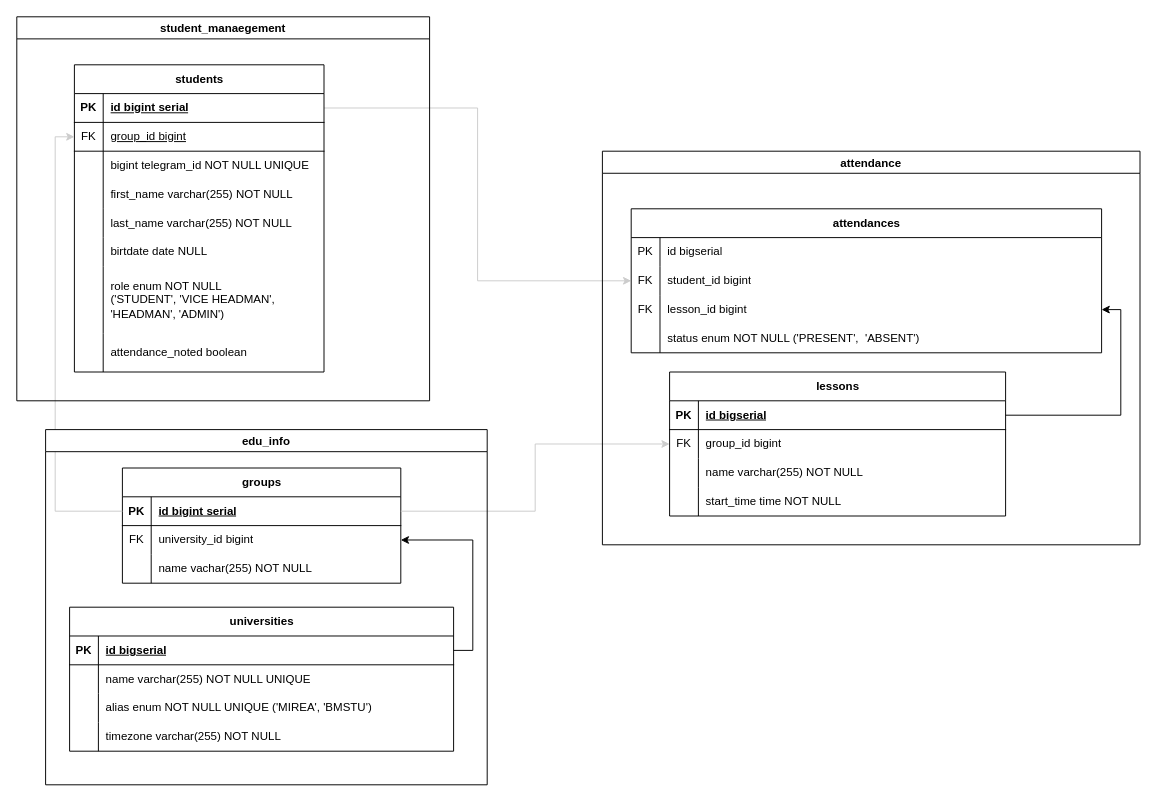
The draw.io diagram docs/schemas/postgres.drawio in qiisqwww/HeadmanBot, before the edit. Source tidied: cells renumbered, new cells numbered last; positions are measured from the earlier drawing's top-left corner, leaving out a move shared by most shapes. Both pictures are drawn from the tidied source at 96%, with x=0, y=0 at pixel (-243, 16).
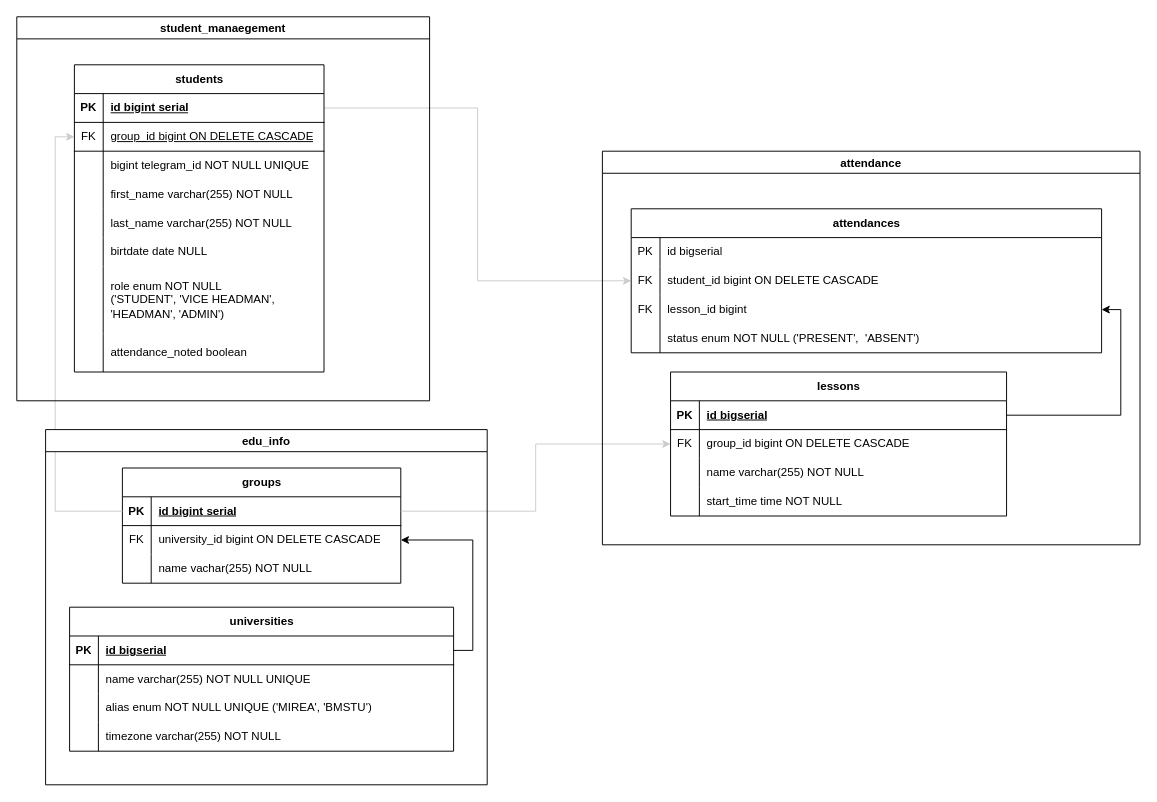
After the change.

Commit message (it also covers changes not shown here):
edited postgres schemas

Unchanged cells that the change refers to:
```xml
<mxCell id="11" style="shape=tableRow;horizontal=0;startSize=0;swimlaneHead=0;swimlaneBody=0;fillColor=none;points=[[0,0.5],[1,0.5]];portConstraint=eastwest;top=0;left=0;right=0;bottom=0;" parent="7" vertex="1">
  <mxGeometry y="60" width="350" height="30" as="geometry" />
</mxCell>
<mxCell id="24" style="shape=tableRow;horizontal=0;startSize=0;swimlaneHead=0;swimlaneBody=0;fillColor=none;points=[[0,0.5],[1,0.5]];portConstraint=eastwest;top=0;left=0;right=0;bottom=0;" parent="20" vertex="1">
  <mxGeometry y="60" width="490" height="30" as="geometry" />
</mxCell>
<mxCell id="37" style="shape=tableRow;horizontal=0;startSize=0;swimlaneHead=0;swimlaneBody=0;fillColor=none;points=[[0,0.5],[1,0.5]];portConstraint=eastwest;top=0;left=0;right=0;bottom=0;" parent="33" vertex="1">
  <mxGeometry y="60" width="290" height="30" as="geometry" />
</mxCell>
<mxCell id="47" style="shape=tableRow;horizontal=0;startSize=0;swimlaneHead=0;swimlaneBody=0;fillColor=none;points=[[0,0.5],[1,0.5]];portConstraint=eastwest;top=0;left=0;right=0;bottom=1;" parent="43" vertex="1">
  <mxGeometry y="60" width="260" height="30" as="geometry" />
</mxCell>
```

Diff of the diagram source:
```diff
@@
     <mxCell id="7" value="lessons" style="shape=table;startSize=30;childLayout=tableLayout;rowLines=0;fontStyle=1;align=center;html=1;" parent="1" vertex="1">
-      <mxGeometry x="950" y="370" width="350" height="150" as="geometry" />
+      <mxGeometry x="951" y="370" width="350" height="150" as="geometry" />
     </mxCell>
@@
-    <mxCell id="13" value="group_id bigint" style="shape=partialRectangle;fillColor=none;top=0;left=0;bottom=0;right=0;align=left;spacingLeft=6;overflow=hidden;whiteSpace=wrap;html=1;" parent="11" vertex="1">
+    <mxCell id="13" value="group_id bigint ON DELETE CASCADE" style="shape=partialRectangle;fillColor=none;top=0;left=0;bottom=0;right=0;align=left;spacingLeft=6;overflow=hidden;whiteSpace=wrap;html=1;" parent="11" vertex="1">
       <mxGeometry x="30" width="320" height="30" as="geometry" />
     </mxCell>
@@
-    <mxCell id="26" value="student_id bigint" style="shape=partialRectangle;fillColor=none;top=0;left=0;bottom=0;right=0;align=left;spacingLeft=6;overflow=hidden;whiteSpace=wrap;html=1;" parent="24" vertex="1">
+    <mxCell id="26" value="student_id bigint ON DELETE CASCADE" style="shape=partialRectangle;fillColor=none;top=0;left=0;bottom=0;right=0;align=left;spacingLeft=6;overflow=hidden;whiteSpace=wrap;html=1;" parent="24" vertex="1">
       <mxGeometry x="30" width="460" height="30" as="geometry" />
     </mxCell>
@@
-    <mxCell id="39" value="university_id bigint" style="shape=partialRectangle;fillColor=none;top=0;left=0;bottom=0;right=0;align=left;spacingLeft=6;overflow=hidden;whiteSpace=wrap;html=1;" parent="37" vertex="1">
+    <mxCell id="39" value="university_id bigint ON DELETE CASCADE" style="shape=partialRectangle;fillColor=none;top=0;left=0;bottom=0;right=0;align=left;spacingLeft=6;overflow=hidden;whiteSpace=wrap;html=1;" parent="37" vertex="1">
       <mxGeometry x="30" width="260" height="30" as="geometry" />
     </mxCell>
@@
-    <mxCell id="49" value="&lt;span style=&quot;font-weight: normal;&quot;&gt;group_id bigint&lt;/span&gt;" style="shape=partialRectangle;fillColor=none;top=0;left=0;bottom=0;right=0;align=left;spacingLeft=6;fontStyle=5;overflow=hidden;whiteSpace=wrap;html=1;" parent="47" vertex="1">
+    <mxCell id="49" value="&lt;span style=&quot;font-weight: normal;&quot;&gt;group_id bigint ON DELETE CASCADE&lt;/span&gt;" style="shape=partialRectangle;fillColor=none;top=0;left=0;bottom=0;right=0;align=left;spacingLeft=6;fontStyle=5;overflow=hidden;whiteSpace=wrap;html=1;" parent="47" vertex="1">
       <mxGeometry x="30" width="230" height="30" as="geometry" />
     </mxCell>
```
